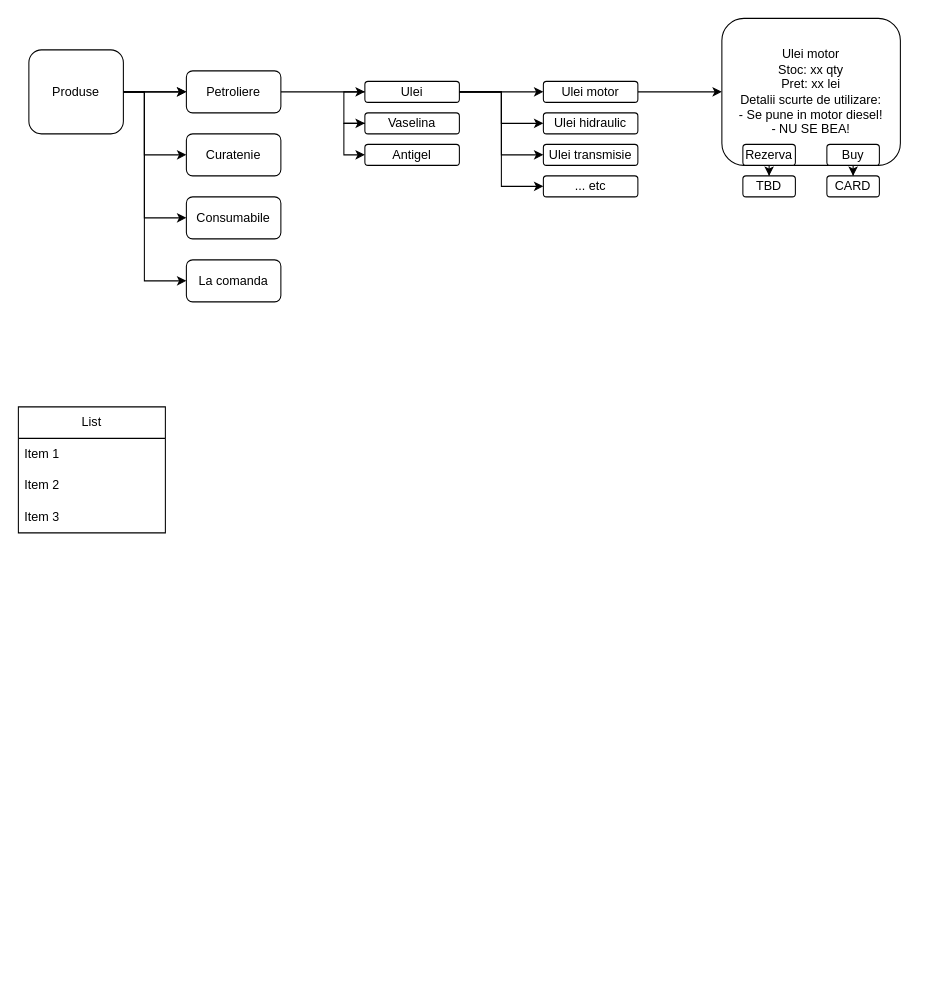
This is Diagram.drawio from CucuJr/sda_proj, a draw.io file, before an edit. Source tidied: cells renumbered, new cells numbered last; positions are measured from the earlier drawing's top-left corner, leaving out a move shared by most shapes. Both pictures are drawn from the tidied source at 105%, with x=0, y=0 at pixel (18, 18).
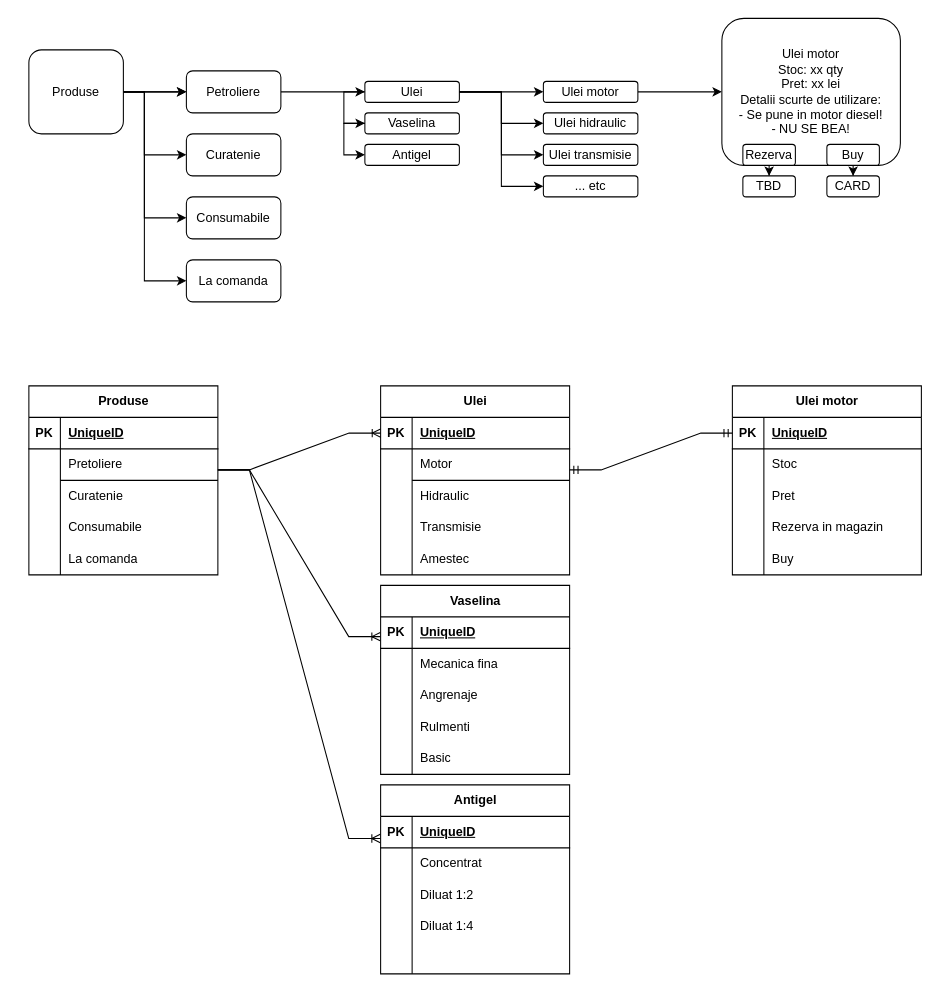
The same page after the edit.

Diff of the diagram source:
```diff
@@
-    <mxCell id="34" value="List" style="swimlane;fontStyle=0;horizontal=1;startSize=30;whiteSpace=wrap;html=1;" parent="1" vertex="1">
-      <mxGeometry y="370" width="140" height="120" as="geometry" />
-    </mxCell>
-    <mxCell id="35" value="Item 1" style="text;strokeColor=none;fillColor=none;align=left;verticalAlign=middle;spacingLeft=4;spacingRight=4;overflow=hidden;whiteSpace=wrap;html=1;" parent="34" vertex="1">
-      <mxGeometry y="30" width="140" height="30" as="geometry" />
-    </mxCell>
-    <mxCell id="36" value="Item 2" style="text;strokeColor=none;fillColor=none;align=left;verticalAlign=middle;spacingLeft=4;spacingRight=4;overflow=hidden;whiteSpace=wrap;html=1;" parent="34" vertex="1">
-      <mxGeometry y="60" width="140" height="30" as="geometry" />
-    </mxCell>
-    <mxCell id="37" value="Item 3" style="text;strokeColor=none;fillColor=none;align=left;verticalAlign=middle;spacingLeft=4;spacingRight=4;overflow=hidden;whiteSpace=wrap;html=1;" parent="34" vertex="1">
-      <mxGeometry y="90" width="140" height="30" as="geometry" />
-    </mxCell>
+    <mxCell id="38" value="Produse" style="shape=table;startSize=30;childLayout=tableLayout;rowLines=0;fontStyle=1;align=center;html=1;" parent="1" vertex="1">
+      <mxGeometry x="10" y="350" width="180" height="180" as="geometry" />
+    </mxCell>
+    <mxCell id="39" style="shape=tableRow;horizontal=0;startSize=0;swimlaneHead=0;swimlaneBody=0;fillColor=none;top=0;left=0;right=0;bottom=1;" parent="38" vertex="1">
+      <mxGeometry y="30" width="180" height="30" as="geometry" />
+    </mxCell>
+    <mxCell id="40" value="PK" style="shape=partialRectangle;fillColor=none;top=0;left=0;bottom=0;right=0;fontStyle=1;overflow=hidden;whiteSpace=wrap;html=1;" parent="39" vertex="1">
+      <mxGeometry width="30" height="30" as="geometry" />
+    </mxCell>
+    <mxCell id="41" value="UniqueID" style="shape=partialRectangle;fillColor=none;top=0;left=0;bottom=0;right=0;align=left;spacingLeft=6;fontStyle=5;overflow=hidden;whiteSpace=wrap;html=1;" parent="39" vertex="1">
+      <mxGeometry x="30" width="150" height="30" as="geometry" />
+    </mxCell>
+    <mxCell id="42" style="shape=tableRow;horizontal=0;startSize=0;swimlaneHead=0;swimlaneBody=0;fillColor=none;top=0;left=0;right=0;bottom=0;" parent="38" vertex="1">
+      <mxGeometry y="60" width="180" height="30" as="geometry" />
+    </mxCell>
+    <mxCell id="43" style="shape=partialRectangle;fillColor=none;top=0;left=0;bottom=0;right=0;overflow=hidden;whiteSpace=wrap;html=1;" parent="42" vertex="1">
+      <mxGeometry width="30" height="30" as="geometry" />
+    </mxCell>
+    <mxCell id="44" value="Pretoliere" style="shape=partialRectangle;fillColor=none;top=0;left=0;bottom=0;right=0;align=left;spacingLeft=6;overflow=hidden;whiteSpace=wrap;html=1;" parent="42" vertex="1">
+      <mxGeometry x="30" width="150" height="30" as="geometry" />
+    </mxCell>
+    <mxCell id="45" style="shape=tableRow;horizontal=0;startSize=0;swimlaneHead=0;swimlaneBody=0;fillColor=none;top=0;left=0;right=0;bottom=0;" parent="38" vertex="1">
+      <mxGeometry y="90" width="180" height="30" as="geometry" />
+    </mxCell>
+    <mxCell id="46" style="shape=partialRectangle;fillColor=none;top=0;left=0;bottom=0;right=0;overflow=hidden;whiteSpace=wrap;html=1;" parent="45" vertex="1">
+      <mxGeometry width="30" height="30" as="geometry" />
+    </mxCell>
+    <mxCell id="47" value="Curatenie" style="shape=partialRectangle;fillColor=none;top=0;left=0;bottom=0;right=0;align=left;spacingLeft=6;overflow=hidden;whiteSpace=wrap;html=1;" parent="45" vertex="1">
+      <mxGeometry x="30" width="150" height="30" as="geometry" />
+    </mxCell>
+    <mxCell id="48" style="shape=tableRow;horizontal=0;startSize=0;swimlaneHead=0;swimlaneBody=0;fillColor=none;top=0;left=0;right=0;bottom=0;" parent="38" vertex="1">
+      <mxGeometry y="120" width="180" height="30" as="geometry" />
+    </mxCell>
+    <mxCell id="49" style="shape=partialRectangle;fillColor=none;top=0;left=0;bottom=0;right=0;overflow=hidden;whiteSpace=wrap;html=1;" parent="48" vertex="1">
+      <mxGeometry width="30" height="30" as="geometry" />
+    </mxCell>
+    <mxCell id="50" value="Consumabile" style="shape=partialRectangle;fillColor=none;top=0;left=0;bottom=0;right=0;align=left;spacingLeft=6;overflow=hidden;whiteSpace=wrap;html=1;" parent="48" vertex="1">
+      <mxGeometry x="30" width="150" height="30" as="geometry" />
+    </mxCell>
+    <mxCell id="51" style="shape=tableRow;horizontal=0;startSize=0;swimlaneHead=0;swimlaneBody=0;fillColor=none;top=0;left=0;right=0;bottom=0;" parent="38" vertex="1">
+      <mxGeometry y="150" width="180" height="30" as="geometry" />
+    </mxCell>
+    <mxCell id="52" style="shape=partialRectangle;fillColor=none;top=0;left=0;bottom=0;right=0;overflow=hidden;whiteSpace=wrap;html=1;" parent="51" vertex="1">
+      <mxGeometry width="30" height="30" as="geometry" />
+    </mxCell>
+    <mxCell id="53" value="La comanda" style="shape=partialRectangle;fillColor=none;top=0;left=0;bottom=0;right=0;align=left;spacingLeft=6;overflow=hidden;whiteSpace=wrap;html=1;" parent="51" vertex="1">
+      <mxGeometry x="30" width="150" height="30" as="geometry" />
+    </mxCell>
+    <mxCell id="54" value="Ulei" style="shape=table;startSize=30;childLayout=tableLayout;rowLines=0;fontStyle=1;align=center;html=1;" parent="1" vertex="1">
+      <mxGeometry x="345" y="350" width="180" height="180" as="geometry" />
+    </mxCell>
+    <mxCell id="55" style="shape=tableRow;horizontal=0;startSize=0;swimlaneHead=0;swimlaneBody=0;fillColor=none;points=[[0,0.5],[1,0.5]];portConstraint=eastwest;top=0;left=0;right=0;bottom=1;" parent="54" vertex="1">
+      <mxGeometry y="30" width="180" height="30" as="geometry" />
+    </mxCell>
+    <mxCell id="56" value="PK" style="shape=partialRectangle;fillColor=none;top=0;left=0;bottom=0;right=0;fontStyle=1;overflow=hidden;whiteSpace=wrap;html=1;" parent="55" vertex="1">
+      <mxGeometry width="30" height="30" as="geometry" />
+    </mxCell>
+    <mxCell id="57" value="UniqueID" style="shape=partialRectangle;fillColor=none;top=0;left=0;bottom=0;right=0;align=left;spacingLeft=6;fontStyle=5;overflow=hidden;whiteSpace=wrap;html=1;" parent="55" vertex="1">
+      <mxGeometry x="30" width="150" height="30" as="geometry" />
+    </mxCell>
+    <mxCell id="58" style="shape=tableRow;horizontal=0;startSize=0;swimlaneHead=0;swimlaneBody=0;fillColor=none;top=0;left=0;right=0;bottom=0;" parent="54" vertex="1">
+      <mxGeometry y="60" width="180" height="30" as="geometry" />
+    </mxCell>
+    <mxCell id="59" style="shape=partialRectangle;fillColor=none;top=0;left=0;bottom=0;right=0;overflow=hidden;whiteSpace=wrap;html=1;" parent="58" vertex="1">
+      <mxGeometry width="30" height="30" as="geometry" />
+    </mxCell>
+    <mxCell id="60" value="Motor" style="shape=partialRectangle;fillColor=none;top=0;left=0;bottom=0;right=0;align=left;spacingLeft=6;overflow=hidden;whiteSpace=wrap;html=1;" parent="58" vertex="1">
+      <mxGeometry x="30" width="150" height="30" as="geometry" />
+    </mxCell>
+    <mxCell id="61" style="shape=tableRow;horizontal=0;startSize=0;swimlaneHead=0;swimlaneBody=0;fillColor=none;top=0;left=0;right=0;bottom=0;" parent="54" vertex="1">
+      <mxGeometry y="90" width="180" height="30" as="geometry" />
+    </mxCell>
+    <mxCell id="62" style="shape=partialRectangle;fillColor=none;top=0;left=0;bottom=0;right=0;overflow=hidden;whiteSpace=wrap;html=1;" parent="61" vertex="1">
+      <mxGeometry width="30" height="30" as="geometry" />
+    </mxCell>
+    <mxCell id="63" value="Hidraulic" style="shape=partialRectangle;fillColor=none;top=0;left=0;bottom=0;right=0;align=left;spacingLeft=6;overflow=hidden;whiteSpace=wrap;html=1;" parent="61" vertex="1">
+      <mxGeometry x="30" width="150" height="30" as="geometry" />
+    </mxCell>
+    <mxCell id="64" style="shape=tableRow;horizontal=0;startSize=0;swimlaneHead=0;swimlaneBody=0;fillColor=none;top=0;left=0;right=0;bottom=0;" parent="54" vertex="1">
+      <mxGeometry y="120" width="180" height="30" as="geometry" />
+    </mxCell>
+    <mxCell id="65" style="shape=partialRectangle;fillColor=none;top=0;left=0;bottom=0;right=0;overflow=hidden;whiteSpace=wrap;html=1;" parent="64" vertex="1">
+      <mxGeometry width="30" height="30" as="geometry" />
+    </mxCell>
+    <mxCell id="66" value="Transmisie" style="shape=partialRectangle;fillColor=none;top=0;left=0;bottom=0;right=0;align=left;spacingLeft=6;overflow=hidden;whiteSpace=wrap;html=1;" parent="64" vertex="1">
+      <mxGeometry x="30" width="150" height="30" as="geometry" />
+    </mxCell>
+    <mxCell id="67" style="shape=tableRow;horizontal=0;startSize=0;swimlaneHead=0;swimlaneBody=0;fillColor=none;top=0;left=0;right=0;bottom=0;" parent="54" vertex="1">
+      <mxGeometry y="150" width="180" height="30" as="geometry" />
+    </mxCell>
+    <mxCell id="68" style="shape=partialRectangle;fillColor=none;top=0;left=0;bottom=0;right=0;overflow=hidden;whiteSpace=wrap;html=1;" parent="67" vertex="1">
+      <mxGeometry width="30" height="30" as="geometry" />
+    </mxCell>
+    <mxCell id="69" value="Amestec" style="shape=partialRectangle;fillColor=none;top=0;left=0;bottom=0;right=0;align=left;spacingLeft=6;overflow=hidden;whiteSpace=wrap;html=1;" parent="67" vertex="1">
+      <mxGeometry x="30" width="150" height="30" as="geometry" />
+    </mxCell>
+    <mxCell id="70" value="Vaselina" style="shape=table;startSize=30;childLayout=tableLayout;rowLines=0;fontStyle=1;align=center;html=1;" parent="1" vertex="1">
+      <mxGeometry x="345" y="540" width="180" height="180" as="geometry" />
+    </mxCell>
+    <mxCell id="71" style="shape=tableRow;horizontal=0;startSize=0;swimlaneHead=0;swimlaneBody=0;fillColor=none;points=[[0,0.5],[1,0.5]];portConstraint=eastwest;top=0;left=0;right=0;bottom=1;" parent="70" vertex="1">
+      <mxGeometry y="30" width="180" height="30" as="geometry" />
+    </mxCell>
+    <mxCell id="72" value="PK" style="shape=partialRectangle;fillColor=none;top=0;left=0;bottom=0;right=0;fontStyle=1;overflow=hidden;whiteSpace=wrap;html=1;" parent="71" vertex="1">
+      <mxGeometry width="30" height="30" as="geometry" />
+    </mxCell>
+    <mxCell id="73" value="UniqueID" style="shape=partialRectangle;fillColor=none;top=0;left=0;bottom=0;right=0;align=left;spacingLeft=6;fontStyle=5;overflow=hidden;whiteSpace=wrap;html=1;" parent="71" vertex="1">
+      <mxGeometry x="30" width="150" height="30" as="geometry" />
+    </mxCell>
+    <mxCell id="74" style="shape=tableRow;horizontal=0;startSize=0;swimlaneHead=0;swimlaneBody=0;fillColor=none;top=0;left=0;right=0;bottom=0;" parent="70" vertex="1">
+      <mxGeometry y="60" width="180" height="30" as="geometry" />
+    </mxCell>
+    <mxCell id="75" style="shape=partialRectangle;fillColor=none;top=0;left=0;bottom=0;right=0;overflow=hidden;whiteSpace=wrap;html=1;" parent="74" vertex="1">
+      <mxGeometry width="30" height="30" as="geometry" />
+    </mxCell>
+    <mxCell id="76" value="Mecanica fina" style="shape=partialRectangle;fillColor=none;top=0;left=0;bottom=0;right=0;align=left;spacingLeft=6;overflow=hidden;whiteSpace=wrap;html=1;" parent="74" vertex="1">
+      <mxGeometry x="30" width="150" height="30" as="geometry" />
+    </mxCell>
+    <mxCell id="77" style="shape=tableRow;horizontal=0;startSize=0;swimlaneHead=0;swimlaneBody=0;fillColor=none;top=0;left=0;right=0;bottom=0;" parent="70" vertex="1">
+      <mxGeometry y="90" width="180" height="30" as="geometry" />
+    </mxCell>
+    <mxCell id="78" style="shape=partialRectangle;fillColor=none;top=0;left=0;bottom=0;right=0;overflow=hidden;whiteSpace=wrap;html=1;" parent="77" vertex="1">
+      <mxGeometry width="30" height="30" as="geometry" />
+    </mxCell>
+    <mxCell id="79" value="Angrenaje" style="shape=partialRectangle;fillColor=none;top=0;left=0;bottom=0;right=0;align=left;spacingLeft=6;overflow=hidden;whiteSpace=wrap;html=1;" parent="77" vertex="1">
+      <mxGeometry x="30" width="150" height="30" as="geometry" />
+    </mxCell>
+    <mxCell id="80" style="shape=tableRow;horizontal=0;startSize=0;swimlaneHead=0;swimlaneBody=0;fillColor=none;top=0;left=0;right=0;bottom=0;" parent="70" vertex="1">
+      <mxGeometry y="120" width="180" height="30" as="geometry" />
+    </mxCell>
+    <mxCell id="81" style="shape=partialRectangle;fillColor=none;top=0;left=0;bottom=0;right=0;overflow=hidden;whiteSpace=wrap;html=1;" parent="80" vertex="1">
+      <mxGeometry width="30" height="30" as="geometry" />
+    </mxCell>
+    <mxCell id="82" value="Rulmenti" style="shape=partialRectangle;fillColor=none;top=0;left=0;bottom=0;right=0;align=left;spacingLeft=6;overflow=hidden;whiteSpace=wrap;html=1;" parent="80" vertex="1">
+      <mxGeometry x="30" width="150" height="30" as="geometry" />
+    </mxCell>
+    <mxCell id="83" style="shape=tableRow;horizontal=0;startSize=0;swimlaneHead=0;swimlaneBody=0;fillColor=none;top=0;left=0;right=0;bottom=0;" parent="70" vertex="1">
+      <mxGeometry y="150" width="180" height="30" as="geometry" />
+    </mxCell>
+    <mxCell id="84" style="shape=partialRectangle;fillColor=none;top=0;left=0;bottom=0;right=0;overflow=hidden;whiteSpace=wrap;html=1;" parent="83" vertex="1">
+      <mxGeometry width="30" height="30" as="geometry" />
+    </mxCell>
+    <mxCell id="85" value="Basic" style="shape=partialRectangle;fillColor=none;top=0;left=0;bottom=0;right=0;align=left;spacingLeft=6;overflow=hidden;whiteSpace=wrap;html=1;" parent="83" vertex="1">
+      <mxGeometry x="30" width="150" height="30" as="geometry" />
+    </mxCell>
+    <mxCell id="86" value="Antigel" style="shape=table;startSize=30;childLayout=tableLayout;rowLines=0;fontStyle=1;align=center;html=1;" parent="1" vertex="1">
+      <mxGeometry x="345" y="730" width="180" height="180" as="geometry" />
+    </mxCell>
+    <mxCell id="87" style="shape=tableRow;horizontal=0;startSize=0;swimlaneHead=0;swimlaneBody=0;fillColor=none;points=[[0,0.5],[1,0.5]];portConstraint=eastwest;top=0;left=0;right=0;bottom=1;" parent="86" vertex="1">
+      <mxGeometry y="30" width="180" height="30" as="geometry" />
+    </mxCell>
+    <mxCell id="88" value="PK" style="shape=partialRectangle;fillColor=none;top=0;left=0;bottom=0;right=0;fontStyle=1;overflow=hidden;whiteSpace=wrap;html=1;" parent="87" vertex="1">
+      <mxGeometry width="30" height="30" as="geometry" />
+    </mxCell>
+    <mxCell id="89" value="UniqueID" style="shape=partialRectangle;fillColor=none;top=0;left=0;bottom=0;right=0;align=left;spacingLeft=6;fontStyle=5;overflow=hidden;whiteSpace=wrap;html=1;" parent="87" vertex="1">
+      <mxGeometry x="30" width="150" height="30" as="geometry" />
+    </mxCell>
+    <mxCell id="90" style="shape=tableRow;horizontal=0;startSize=0;swimlaneHead=0;swimlaneBody=0;fillColor=none;top=0;left=0;right=0;bottom=0;" parent="86" vertex="1">
+      <mxGeometry y="60" width="180" height="30" as="geometry" />
+    </mxCell>
+    <mxCell id="91" style="shape=partialRectangle;fillColor=none;top=0;left=0;bottom=0;right=0;overflow=hidden;whiteSpace=wrap;html=1;" parent="90" vertex="1">
+      <mxGeometry width="30" height="30" as="geometry" />
+    </mxCell>
+    <mxCell id="92" value="Concentrat" style="shape=partialRectangle;fillColor=none;top=0;left=0;bottom=0;right=0;align=left;spacingLeft=6;overflow=hidden;whiteSpace=wrap;html=1;" parent="90" vertex="1">
+      <mxGeometry x="30" width="150" height="30" as="geometry" />
+    </mxCell>
+    <mxCell id="93" style="shape=tableRow;horizontal=0;startSize=0;swimlaneHead=0;swimlaneBody=0;fillColor=none;top=0;left=0;right=0;bottom=0;" parent="86" vertex="1">
+      <mxGeometry y="90" width="180" height="30" as="geometry" />
+    </mxCell>
+    <mxCell id="94" style="shape=partialRectangle;fillColor=none;top=0;left=0;bottom=0;right=0;overflow=hidden;whiteSpace=wrap;html=1;" parent="93" vertex="1">
+      <mxGeometry width="30" height="30" as="geometry" />
+    </mxCell>
+    <mxCell id="95" value="Diluat 1:2" style="shape=partialRectangle;fillColor=none;top=0;left=0;bottom=0;right=0;align=left;spacingLeft=6;overflow=hidden;whiteSpace=wrap;html=1;" parent="93" vertex="1">
+      <mxGeometry x="30" width="150" height="30" as="geometry" />
+    </mxCell>
+    <mxCell id="96" style="shape=tableRow;horizontal=0;startSize=0;swimlaneHead=0;swimlaneBody=0;fillColor=none;top=0;left=0;right=0;bottom=0;" parent="86" vertex="1">
+      <mxGeometry y="120" width="180" height="30" as="geometry" />
+    </mxCell>
+    <mxCell id="97" style="shape=partialRectangle;fillColor=none;top=0;left=0;bottom=0;right=0;overflow=hidden;whiteSpace=wrap;html=1;" parent="96" vertex="1">
+      <mxGeometry width="30" height="30" as="geometry" />
+    </mxCell>
+    <mxCell id="98" value="Diluat 1:4" style="shape=partialRectangle;fillColor=none;top=0;left=0;bottom=0;right=0;align=left;spacingLeft=6;overflow=hidden;whiteSpace=wrap;html=1;" parent="96" vertex="1">
+      <mxGeometry x="30" width="150" height="30" as="geometry" />
+    </mxCell>
+    <mxCell id="99" style="shape=tableRow;horizontal=0;startSize=0;swimlaneHead=0;swimlaneBody=0;fillColor=none;top=0;left=0;right=0;bottom=0;" parent="86" vertex="1">
+      <mxGeometry y="150" width="180" height="30" as="geometry" />
+    </mxCell>
+    <mxCell id="100" style="shape=partialRectangle;fillColor=none;top=0;left=0;bottom=0;right=0;overflow=hidden;whiteSpace=wrap;html=1;" parent="99" vertex="1">
+      <mxGeometry width="30" height="30" as="geometry" />
+    </mxCell>
+    <mxCell id="101" style="shape=partialRectangle;fillColor=none;top=0;left=0;bottom=0;right=0;align=left;spacingLeft=6;overflow=hidden;whiteSpace=wrap;html=1;" parent="99" vertex="1">
+      <mxGeometry x="30" width="150" height="30" as="geometry" />
+    </mxCell>
+    <mxCell id="102" value="Ulei motor" style="shape=table;startSize=30;childLayout=tableLayout;rowLines=0;fontStyle=1;align=center;html=1;" parent="1" vertex="1">
+      <mxGeometry x="680" y="350" width="180" height="180" as="geometry" />
+    </mxCell>
+    <mxCell id="103" style="shape=tableRow;horizontal=0;startSize=0;swimlaneHead=0;swimlaneBody=0;fillColor=none;points=[[0,0.5],[1,0.5]];portConstraint=eastwest;top=0;left=0;right=0;bottom=1;" parent="102" vertex="1">
+      <mxGeometry y="30" width="180" height="30" as="geometry" />
+    </mxCell>
+    <mxCell id="104" value="PK" style="shape=partialRectangle;fillColor=none;top=0;left=0;bottom=0;right=0;fontStyle=1;overflow=hidden;whiteSpace=wrap;html=1;" parent="103" vertex="1">
+      <mxGeometry width="30" height="30" as="geometry" />
+    </mxCell>
+    <mxCell id="105" value="UniqueID" style="shape=partialRectangle;fillColor=none;top=0;left=0;bottom=0;right=0;align=left;spacingLeft=6;fontStyle=5;overflow=hidden;whiteSpace=wrap;html=1;" parent="103" vertex="1">
+      <mxGeometry x="30" width="150" height="30" as="geometry" />
+    </mxCell>
+    <mxCell id="106" style="shape=tableRow;horizontal=0;startSize=0;swimlaneHead=0;swimlaneBody=0;fillColor=none;top=0;left=0;right=0;bottom=0;" parent="102" vertex="1">
+      <mxGeometry y="60" width="180" height="30" as="geometry" />
+    </mxCell>
+    <mxCell id="107" style="shape=partialRectangle;fillColor=none;top=0;left=0;bottom=0;right=0;overflow=hidden;whiteSpace=wrap;html=1;" parent="106" vertex="1">
+      <mxGeometry width="30" height="30" as="geometry" />
+    </mxCell>
+    <mxCell id="108" value="Stoc" style="shape=partialRectangle;fillColor=none;top=0;left=0;bottom=0;right=0;align=left;spacingLeft=6;overflow=hidden;whiteSpace=wrap;html=1;" parent="106" vertex="1">
+      <mxGeometry x="30" width="150" height="30" as="geometry" />
+    </mxCell>
+    <mxCell id="109" style="shape=tableRow;horizontal=0;startSize=0;swimlaneHead=0;swimlaneBody=0;fillColor=none;top=0;left=0;right=0;bottom=0;" parent="102" vertex="1">
+      <mxGeometry y="90" width="180" height="30" as="geometry" />
+    </mxCell>
+    <mxCell id="110" style="shape=partialRectangle;fillColor=none;top=0;left=0;bottom=0;right=0;overflow=hidden;whiteSpace=wrap;html=1;" parent="109" vertex="1">
+      <mxGeometry width="30" height="30" as="geometry" />
+    </mxCell>
+    <mxCell id="111" value="Pret" style="shape=partialRectangle;fillColor=none;top=0;left=0;bottom=0;right=0;align=left;spacingLeft=6;overflow=hidden;whiteSpace=wrap;html=1;" parent="109" vertex="1">
+      <mxGeometry x="30" width="150" height="30" as="geometry" />
+    </mxCell>
+    <mxCell id="112" style="shape=tableRow;horizontal=0;startSize=0;swimlaneHead=0;swimlaneBody=0;fillColor=none;top=0;left=0;right=0;bottom=0;" parent="102" vertex="1">
+      <mxGeometry y="120" width="180" height="30" as="geometry" />
+    </mxCell>
+    <mxCell id="113" style="shape=partialRectangle;fillColor=none;top=0;left=0;bottom=0;right=0;overflow=hidden;whiteSpace=wrap;html=1;" parent="112" vertex="1">
+      <mxGeometry width="30" height="30" as="geometry" />
+    </mxCell>
+    <mxCell id="114" value="Rezerva in magazin" style="shape=partialRectangle;fillColor=none;top=0;left=0;bottom=0;right=0;align=left;spacingLeft=6;overflow=hidden;whiteSpace=wrap;html=1;" parent="112" vertex="1">
+      <mxGeometry x="30" width="150" height="30" as="geometry" />
+    </mxCell>
+    <mxCell id="115" style="shape=tableRow;horizontal=0;startSize=0;swimlaneHead=0;swimlaneBody=0;fillColor=none;top=0;left=0;right=0;bottom=0;" parent="102" vertex="1">
+      <mxGeometry y="150" width="180" height="30" as="geometry" />
+    </mxCell>
+    <mxCell id="116" style="shape=partialRectangle;fillColor=none;top=0;left=0;bottom=0;right=0;overflow=hidden;whiteSpace=wrap;html=1;" parent="115" vertex="1">
+      <mxGeometry width="30" height="30" as="geometry" />
+    </mxCell>
+    <mxCell id="117" value="Buy" style="shape=partialRectangle;fillColor=none;top=0;left=0;bottom=0;right=0;align=left;spacingLeft=6;overflow=hidden;whiteSpace=wrap;html=1;" parent="115" vertex="1">
+      <mxGeometry x="30" width="150" height="30" as="geometry" />
+    </mxCell>
+    <mxCell id="118" style="edgeStyle=entityRelationEdgeStyle;fontSize=12;html=1;endArrow=ERoneToMany;rounded=0;entryX=0;entryY=0.5;entryDx=0;entryDy=0;" parent="1" edge="1" target="55">
+      <mxGeometry relative="1" as="geometry">
+        <mxPoint x="190" y="430" as="sourcePoint" />
+      </mxGeometry>
+    </mxCell>
+    <mxCell id="119" style="line;strokeWidth=1;dashed=0;labelPosition=right;align=left;verticalAlign=middle;spacingTop=0;spacingLeft=6;" parent="1" vertex="1">
+      <mxGeometry x="40" y="435" width="150" height="10" as="geometry" />
+    </mxCell>
+    <mxCell id="120" style="edgeStyle=entityRelationEdgeStyle;fontSize=12;html=1;endArrow=ERmandOne;startArrow=ERmandOne;rounded=0;entryX=0;entryY=0.5;entryDx=0;entryDy=0;" parent="1" edge="1" target="103">
+      <mxGeometry relative="1" as="geometry">
+        <mxPoint x="525" y="430" as="sourcePoint" />
+      </mxGeometry>
+    </mxCell>
+    <mxCell id="121" style="edgeStyle=entityRelationEdgeStyle;fontSize=12;html=1;endArrow=ERoneToMany;rounded=0;entryX=-0.002;entryY=0.627;entryDx=0;entryDy=0;entryPerimeter=0;" parent="1" edge="1" target="71">
+      <mxGeometry relative="1" as="geometry">
+        <mxPoint x="190" y="430" as="sourcePoint" />
+      </mxGeometry>
+    </mxCell>
+    <mxCell id="122" style="edgeStyle=entityRelationEdgeStyle;fontSize=12;html=1;endArrow=ERoneToMany;rounded=0;entryX=-0.002;entryY=0.701;entryDx=0;entryDy=0;entryPerimeter=0;" parent="1" edge="1" target="87">
+      <mxGeometry relative="1" as="geometry">
+        <mxPoint x="190" y="430" as="sourcePoint" />
+      </mxGeometry>
+    </mxCell>
+    <mxCell id="123" style="line;strokeWidth=1;dashed=0;labelPosition=right;align=left;verticalAlign=middle;spacingTop=0;spacingLeft=6;" parent="1" vertex="1">
+      <mxGeometry x="375" y="435" width="150" height="10" as="geometry" />
+    </mxCell>
```
